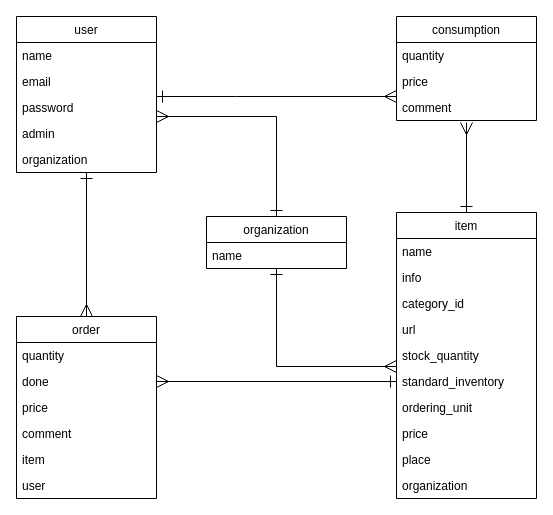
The draw.io diagram stock.dio in mikuma1/stock, before the edit. Source tidied: cells renumbered, new cells numbered last; positions are measured from the earlier drawing's top-left corner, leaving out a move shared by most shapes. Both pictures are drawn from the tidied source at 100%, with x=0, y=0 at pixel (16, 16).
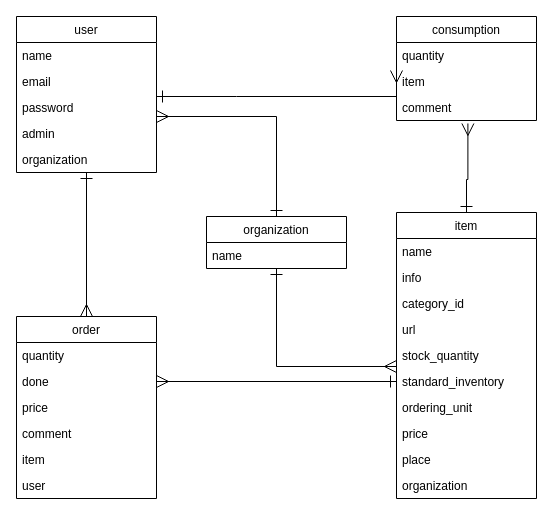
After the change.

Unchanged cells that the change refers to:
```xml
<mxCell id="18" value="item" style="swimlane;fontStyle=0;horizontal=1;startSize=26;fillColor=none;" parent="1" vertex="1">
  <mxGeometry x="380" y="196" width="140" height="286" as="geometry" />
</mxCell>
<mxCell id="29" value="consumption" style="swimlane;fontStyle=0;horizontal=1;startSize=26;fillColor=none;" parent="1" vertex="1">
  <mxGeometry x="380" width="140" height="104" as="geometry" />
</mxCell>
```

What changed in the source:
```diff
@@
-    <mxCell id="17" style="edgeStyle=orthogonalEdgeStyle;rounded=0;jettySize=auto;html=1;endArrow=ERmany;endFill=0;startArrow=ERone;startFill=0;endSize=10;startSize=10;" parent="1" edge="1" source="18">
+    <mxCell id="17" style="edgeStyle=orthogonalEdgeStyle;rounded=0;jettySize=auto;html=1;endArrow=ERmany;endFill=0;startArrow=ERone;startFill=0;endSize=10;startSize=10;entryX=0.51;entryY=1.115;entryDx=0;entryDy=0;entryPerimeter=0;" parent="1" edge="1" source="18" target="38">
       <mxGeometry relative="1" as="geometry">
-        <mxPoint x="450" y="106" as="targetPoint" />
         <Array as="points">
-          <mxPoint x="450" y="106" />
+          <mxPoint x="450" y="163" />
+          <mxPoint x="451" y="163" />
         </Array>
       </mxGeometry>
     </mxCell>
@@
-    <mxCell id="31" value="price" style="text;strokeColor=none;fillColor=none;align=left;verticalAlign=top;spacingLeft=4;spacingRight=4;overflow=hidden;" parent="29" vertex="1">
-      <mxGeometry y="52" width="140" height="26" as="geometry" />
-    </mxCell>
-    <mxCell id="32" value="comment" style="text;strokeColor=none;fillColor=none;align=left;verticalAlign=top;spacingLeft=4;spacingRight=4;overflow=hidden;points=[[0,0.5],[1,0.5]];portConstraint=eastwest;" parent="29" vertex="1">
-      <mxGeometry y="78" width="140" height="26" as="geometry" />
+    <mxCell id="32" value="item" style="text;strokeColor=none;fillColor=none;align=left;verticalAlign=top;spacingLeft=4;spacingRight=4;overflow=hidden;points=[[0,0.5],[1,0.5]];portConstraint=eastwest;" parent="29" vertex="1">
+      <mxGeometry y="52" width="140" height="26" as="geometry" />
     </mxCell>
+    <mxCell id="38" value="comment" style="text;strokeColor=none;fillColor=none;align=left;verticalAlign=top;spacingLeft=4;spacingRight=4;overflow=hidden;points=[[0,0.5],[1,0.5]];portConstraint=eastwest;" parent="29" vertex="1">
+      <mxGeometry y="78" width="140" height="26" as="geometry" />
+    </mxCell>
```
